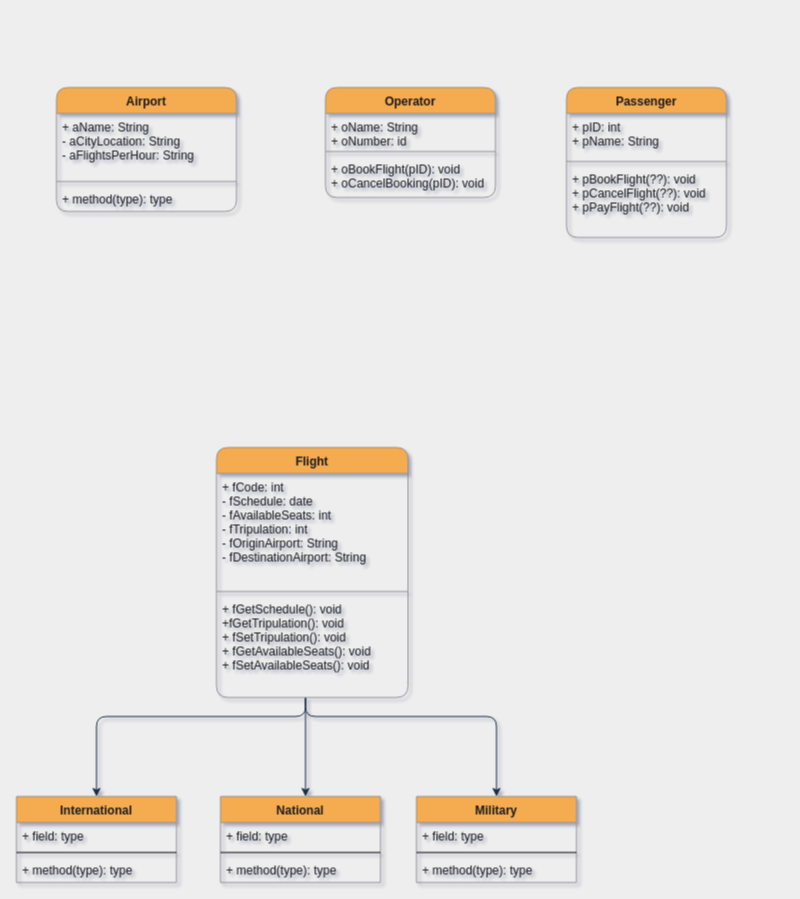
This is Ex3.drawio from HeitorPupim/Java, a draw.io file, before an edit. Source tidied: cells renumbered, new cells numbered last; positions are measured from the earlier drawing's top-left corner, leaving out a move shared by most shapes. Both pictures are drawn from the tidied source at 100%, with x=0, y=0 at pixel (16, 87).
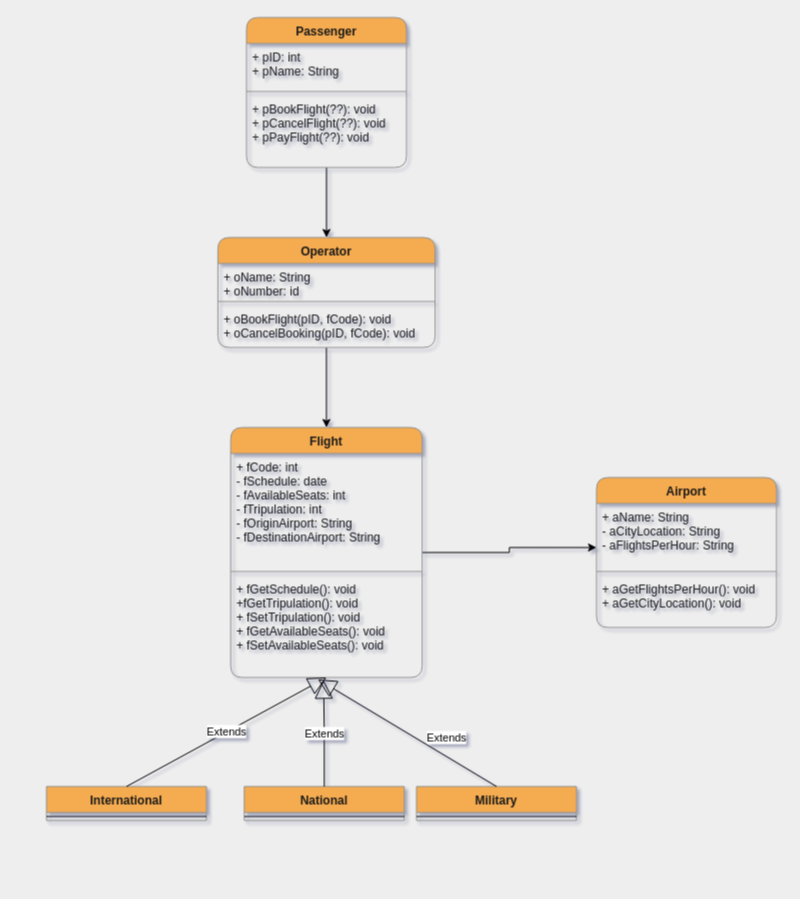
Above is the later version.

The change refers to these unchanged cells:
```xml
<mxCell id="8" value="+ fGetSchedule(): void&#10;+fGetTripulation(): void&#10;+ fSetTripulation(): void&#10;+ fGetAvailableSeats(): void&#10;+ fSetAvailableSeats(): void" style="text;strokeColor=none;fillColor=none;align=left;verticalAlign=top;spacingLeft=4;spacingRight=4;overflow=hidden;points=[[0,0.5],[1,0.5]];portConstraint=eastwest;fontColor=#1A1A1A;rounded=1;" parent="5" vertex="1">
  <mxGeometry y="148" width="191.5" height="102" as="geometry" />
</mxCell>
<mxCell id="10" value="+ aName: String&#10;- aCityLocation: String&#10;- aFlightsPerHour: String " style="text;strokeColor=none;fillColor=none;align=left;verticalAlign=top;spacingLeft=4;spacingRight=4;overflow=hidden;points=[[0,0.5],[1,0.5]];portConstraint=eastwest;fontColor=#1A1A1A;rounded=1;" parent="9" vertex="1">
  <mxGeometry y="26" width="180" height="64" as="geometry" />
</mxCell>
```

Change to the diagram source:
```diff
@@
-    <mxCell id="2" style="edgeStyle=orthogonalEdgeStyle;curved=0;rounded=1;sketch=0;jettySize=auto;html=1;fontColor=#1A1A1A;strokeColor=#182E3E;" parent="1" edge="1" source="5" target="25">
-      <mxGeometry relative="1" as="geometry">
-        <Array as="points">
-          <mxPoint x="289" y="679" />
-          <mxPoint x="289" y="679" />
-        </Array>
-      </mxGeometry>
-    </mxCell>
-    <mxCell id="3" style="edgeStyle=orthogonalEdgeStyle;curved=0;rounded=1;sketch=0;jettySize=auto;html=1;entryX=0.5;entryY=0;entryDx=0;entryDy=0;fontColor=#1A1A1A;strokeColor=#182E3E;" parent="1" edge="1" source="5" target="21">
-      <mxGeometry relative="1" as="geometry">
-        <Array as="points">
-          <mxPoint x="289" y="629" />
-          <mxPoint x="80" y="629" />
-        </Array>
-      </mxGeometry>
-    </mxCell>
-    <mxCell id="4" style="edgeStyle=orthogonalEdgeStyle;curved=0;rounded=1;sketch=0;jettySize=auto;html=1;entryX=0.5;entryY=0;entryDx=0;entryDy=0;fontColor=#1A1A1A;strokeColor=#182E3E;" parent="1" edge="1" source="5" target="29">
-      <mxGeometry relative="1" as="geometry">
-        <Array as="points">
-          <mxPoint x="289" y="629" />
-          <mxPoint x="480" y="629" />
-        </Array>
-      </mxGeometry>
-    </mxCell>
+    <mxCell id="33" style="edgeStyle=orthogonalEdgeStyle;rounded=0;jettySize=auto;html=1;entryX=0;entryY=0.688;entryDx=0;entryDy=0;entryPerimeter=0;" parent="1" edge="1" source="5" target="10">
+      <mxGeometry relative="1" as="geometry" />
+    </mxCell>
     <mxCell id="5" value="Flight" style="swimlane;fontStyle=1;align=center;verticalAlign=top;horizontal=1;startSize=26;fillColor=#F5AB50;strokeColor=#909090;fontColor=#1A1A1A;rounded=1;" parent="1" vertex="1">
-      <mxGeometry x="200" y="360" width="191.5" height="250" as="geometry" />
+      <mxGeometry x="214.2" y="340" width="191.5" height="250" as="geometry" />
     </mxCell>
@@
     <mxCell id="9" value="Airport" style="swimlane;fontStyle=1;align=center;verticalAlign=top;horizontal=1;startSize=26;fillColor=#F5AB50;strokeColor=#909090;fontColor=#1A1A1A;rounded=1;" parent="1" vertex="1">
-      <mxGeometry x="40" width="180" height="124" as="geometry" />
+      <mxGeometry x="580" y="390" width="180" height="150" as="geometry" />
     </mxCell>
@@
-    <mxCell id="12" value="+ method(type): type" style="text;strokeColor=none;fillColor=none;align=left;verticalAlign=top;spacingLeft=4;spacingRight=4;overflow=hidden;fontColor=#1A1A1A;rounded=1;" parent="9" vertex="1">
-      <mxGeometry y="98" width="180" height="26" as="geometry" />
+    <mxCell id="12" value="+ aGetFlightsPerHour(): void&#10;+ aGetCityLocation(): void" style="text;strokeColor=none;fillColor=none;align=left;verticalAlign=top;spacingLeft=4;spacingRight=4;overflow=hidden;fontColor=#1A1A1A;rounded=1;" parent="9" vertex="1">
+      <mxGeometry y="98" width="180" height="52" as="geometry" />
     </mxCell>
+    <mxCell id="34" style="edgeStyle=orthogonalEdgeStyle;rounded=0;jettySize=auto;html=1;entryX=0.5;entryY=0;entryDx=0;entryDy=0;" parent="1" edge="1" source="13" target="17">
+      <mxGeometry relative="1" as="geometry" />
+    </mxCell>
     <mxCell id="13" value="Passenger" style="swimlane;fontStyle=1;align=center;verticalAlign=top;horizontal=1;startSize=26;fillColor=#F5AB50;strokeColor=#909090;fontColor=#1A1A1A;rounded=1;" parent="1" vertex="1">
-      <mxGeometry x="550" width="160" height="150" as="geometry" />
+      <mxGeometry x="230" y="-70" width="160" height="150" as="geometry" />
     </mxCell>
@@
+    <mxCell id="35" style="edgeStyle=orthogonalEdgeStyle;rounded=0;jettySize=auto;html=1;entryX=0.5;entryY=0;entryDx=0;entryDy=0;" parent="1" edge="1" source="17" target="5">
+      <mxGeometry relative="1" as="geometry" />
+    </mxCell>
     <mxCell id="17" value="Operator" style="swimlane;fontStyle=1;align=center;verticalAlign=top;horizontal=1;startSize=26;fillColor=#F5AB50;strokeColor=#909090;fontColor=#1A1A1A;rounded=1;" parent="1" vertex="1">
-      <mxGeometry x="309" width="170" height="110" as="geometry" />
+      <mxGeometry x="201.4" y="150" width="217.2" height="110" as="geometry" />
     </mxCell>
     <mxCell id="18" value="+ oName: String&#10;+ oNumber: id" style="text;strokeColor=none;fillColor=none;align=left;verticalAlign=top;spacingLeft=4;spacingRight=4;overflow=hidden;fontColor=#1A1A1A;rounded=1;" parent="17" vertex="1">
-      <mxGeometry y="26" width="170" height="34" as="geometry" />
+      <mxGeometry y="26" width="217.2" height="34" as="geometry" />
     </mxCell>
     <mxCell id="19" style="line;strokeWidth=1;fillColor=none;align=left;verticalAlign=middle;spacingTop=-1;spacingLeft=3;spacingRight=3;labelPosition=right;strokeColor=#909090;fontColor=#1A1A1A;rounded=1;labelBackgroundColor=#EEEEEE;" parent="17" vertex="1">
-      <mxGeometry y="60" width="170" height="8" as="geometry" />
+      <mxGeometry y="60" width="217.2" height="8" as="geometry" />
     </mxCell>
-    <mxCell id="20" value="+ oBookFlight(pID): void&#10;+ oCancelBooking(pID): void" style="text;strokeColor=none;fillColor=none;align=left;verticalAlign=top;spacingLeft=4;spacingRight=4;overflow=hidden;fontColor=#1A1A1A;rounded=1;" parent="17" vertex="1">
-      <mxGeometry y="68" width="170" height="42" as="geometry" />
+    <mxCell id="20" value="+ oBookFlight(pID, fCode): void&#10;+ oCancelBooking(pID, fCode): void" style="text;strokeColor=none;fillColor=none;align=left;verticalAlign=top;spacingLeft=4;spacingRight=4;overflow=hidden;fontColor=#1A1A1A;rounded=1;" parent="17" vertex="1">
+      <mxGeometry y="68" width="217.2" height="42" as="geometry" />
     </mxCell>
     <mxCell id="21" value="International" style="swimlane;fontStyle=1;align=center;verticalAlign=top;horizontal=1;startSize=26;rounded=0;sketch=0;fontColor=#1A1A1A;strokeColor=#909090;fillColor=#F5AB50;" parent="1" vertex="1">
-      <mxGeometry y="709" width="160" height="86" as="geometry" />
+      <mxGeometry x="30" y="699" width="160" height="34" as="geometry" />
     </mxCell>
-    <mxCell id="22" value="+ field: type" style="text;strokeColor=none;fillColor=none;align=left;verticalAlign=top;spacingLeft=4;spacingRight=4;overflow=hidden;rounded=0;sketch=0;fontColor=#1A1A1A;" parent="21" vertex="1">
-      <mxGeometry y="26" width="160" height="26" as="geometry" />
-    </mxCell>
     <mxCell id="23" style="line;strokeWidth=1;fillColor=none;align=left;verticalAlign=middle;spacingTop=-1;spacingLeft=3;spacingRight=3;labelPosition=right;rounded=0;sketch=0;fontColor=#1A1A1A;" parent="21" vertex="1">
-      <mxGeometry y="52" width="160" height="8" as="geometry" />
+      <mxGeometry y="26" width="160" height="8" as="geometry" />
     </mxCell>
-    <mxCell id="24" value="+ method(type): type" style="text;strokeColor=none;fillColor=none;align=left;verticalAlign=top;spacingLeft=4;spacingRight=4;overflow=hidden;rounded=0;sketch=0;fontColor=#1A1A1A;" parent="21" vertex="1">
-      <mxGeometry y="60" width="160" height="26" as="geometry" />
-    </mxCell>
     <mxCell id="25" value="National" style="swimlane;fontStyle=1;align=center;verticalAlign=top;horizontal=1;startSize=26;rounded=0;sketch=0;fontColor=#1A1A1A;strokeColor=#909090;fillColor=#F5AB50;" parent="1" vertex="1">
-      <mxGeometry x="204" y="709" width="160" height="86" as="geometry" />
+      <mxGeometry x="227.8" y="699" width="160" height="34" as="geometry" />
     </mxCell>
-    <mxCell id="26" value="+ field: type" style="text;strokeColor=none;fillColor=none;align=left;verticalAlign=top;spacingLeft=4;spacingRight=4;overflow=hidden;rounded=0;sketch=0;fontColor=#1A1A1A;" parent="25" vertex="1">
-      <mxGeometry y="26" width="160" height="26" as="geometry" />
-    </mxCell>
     <mxCell id="27" style="line;strokeWidth=1;fillColor=none;align=left;verticalAlign=middle;spacingTop=-1;spacingLeft=3;spacingRight=3;labelPosition=right;rounded=0;sketch=0;fontColor=#1A1A1A;" parent="25" vertex="1">
-      <mxGeometry y="52" width="160" height="8" as="geometry" />
+      <mxGeometry y="26" width="160" height="8" as="geometry" />
     </mxCell>
-    <mxCell id="28" value="+ method(type): type" style="text;strokeColor=none;fillColor=none;align=left;verticalAlign=top;spacingLeft=4;spacingRight=4;overflow=hidden;rounded=0;sketch=0;fontColor=#1A1A1A;" parent="25" vertex="1">
-      <mxGeometry y="60" width="160" height="26" as="geometry" />
-    </mxCell>
     <mxCell id="29" value="Military" style="swimlane;fontStyle=1;align=center;verticalAlign=top;horizontal=1;startSize=26;rounded=0;sketch=0;fontColor=#1A1A1A;strokeColor=#909090;fillColor=#F5AB50;" parent="1" vertex="1">
-      <mxGeometry x="400" y="709" width="160" height="86" as="geometry" />
+      <mxGeometry x="400" y="699" width="160" height="34" as="geometry" />
     </mxCell>
-    <mxCell id="30" value="+ field: type" style="text;strokeColor=none;fillColor=none;align=left;verticalAlign=top;spacingLeft=4;spacingRight=4;overflow=hidden;rounded=0;sketch=0;fontColor=#1A1A1A;" parent="29" vertex="1">
-      <mxGeometry y="26" width="160" height="26" as="geometry" />
-    </mxCell>
     <mxCell id="31" style="line;strokeWidth=1;fillColor=none;align=left;verticalAlign=middle;spacingTop=-1;spacingLeft=3;spacingRight=3;labelPosition=right;rounded=0;sketch=0;fontColor=#1A1A1A;" parent="29" vertex="1">
-      <mxGeometry y="52" width="160" height="8" as="geometry" />
+      <mxGeometry y="26" width="160" height="8" as="geometry" />
     </mxCell>
-    <mxCell id="32" value="+ method(type): type" style="text;strokeColor=none;fillColor=none;align=left;verticalAlign=top;spacingLeft=4;spacingRight=4;overflow=hidden;rounded=0;sketch=0;fontColor=#1A1A1A;" parent="29" vertex="1">
-      <mxGeometry y="60" width="160" height="26" as="geometry" />
-    </mxCell>
+    <mxCell id="36" value="Extends" style="endArrow=block;endSize=16;endFill=0;html=1;rounded=0;exitX=0.5;exitY=0;exitDx=0;exitDy=0;entryX=0.485;entryY=1.027;entryDx=0;entryDy=0;entryPerimeter=0;edgeStyle=orthogonalEdgeStyle;" parent="1" edge="1" source="25" target="8">
+      <mxGeometry relative="1" as="geometry">
+        <Array as="points">
+          <mxPoint x="307" y="645" />
+        </Array>
+      </mxGeometry>
+    </mxCell>
+    <mxCell id="37" value="Extends" style="endArrow=block;endSize=16;endFill=0;html=1;rounded=0;entryX=0.456;entryY=1.019;entryDx=0;entryDy=0;entryPerimeter=0;exitX=0.5;exitY=0;exitDx=0;exitDy=0;" parent="1" edge="1" source="29" target="8">
+      <mxGeometry x="-0.35" y="-16" relative="1" as="geometry" />
+    </mxCell>
+    <mxCell id="38" value="Extends" style="endArrow=block;endSize=16;endFill=0;html=1;rounded=0;exitX=0.5;exitY=0;exitDx=0;exitDy=0;" parent="1" edge="1" source="21">
+      <mxGeometry relative="1" as="geometry">
+        <mxPoint x="310" y="590" as="targetPoint" />
+      </mxGeometry>
+    </mxCell>
```
